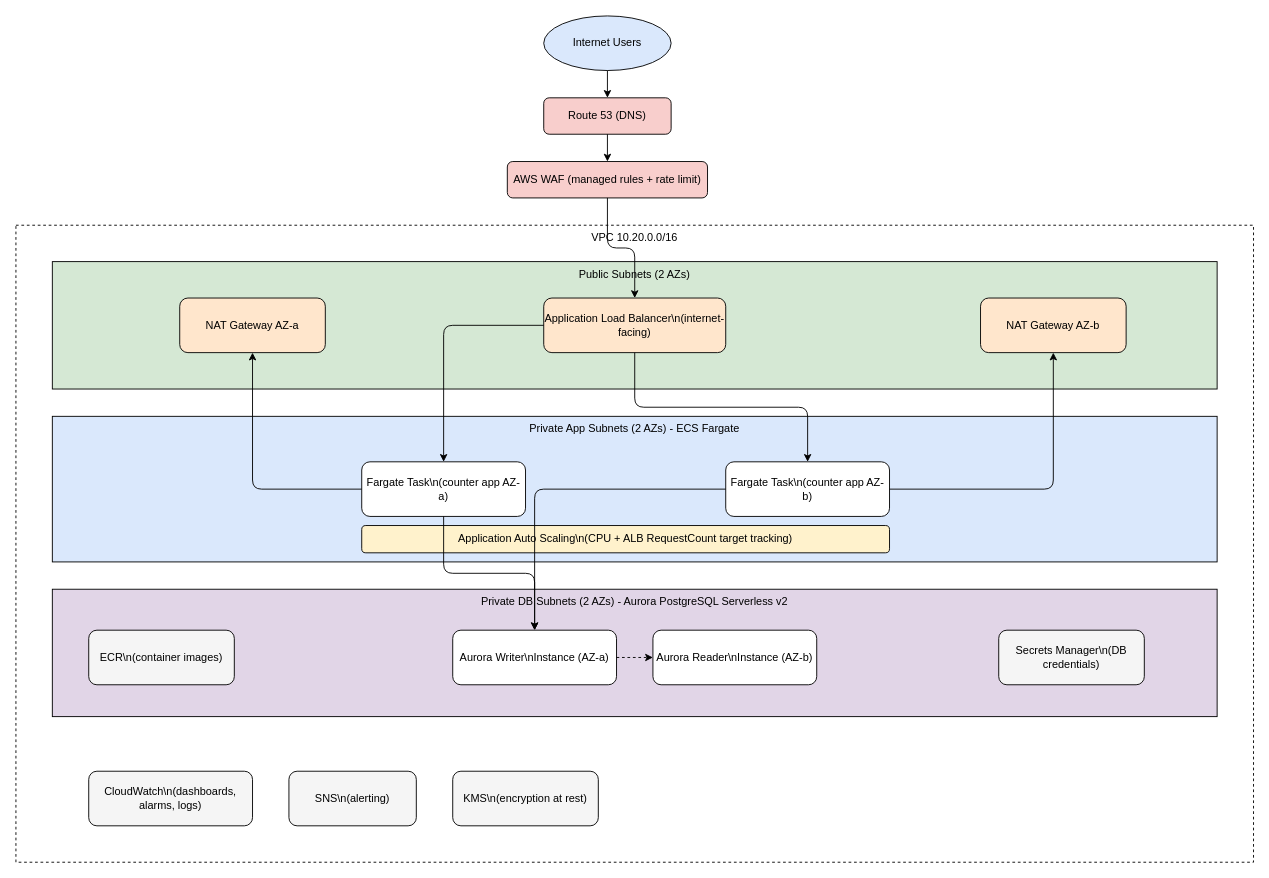
Before: docs/diagram.drawio in Priyankgulhane27/BluePeak, a draw.io diagram. Source tidied: cells renumbered, new cells numbered last; positions are measured from the earlier drawing's top-left corner, leaving out a move shared by most shapes. Both pictures are drawn from the tidied source at 91%, with x=0, y=0 at pixel (15, 15).
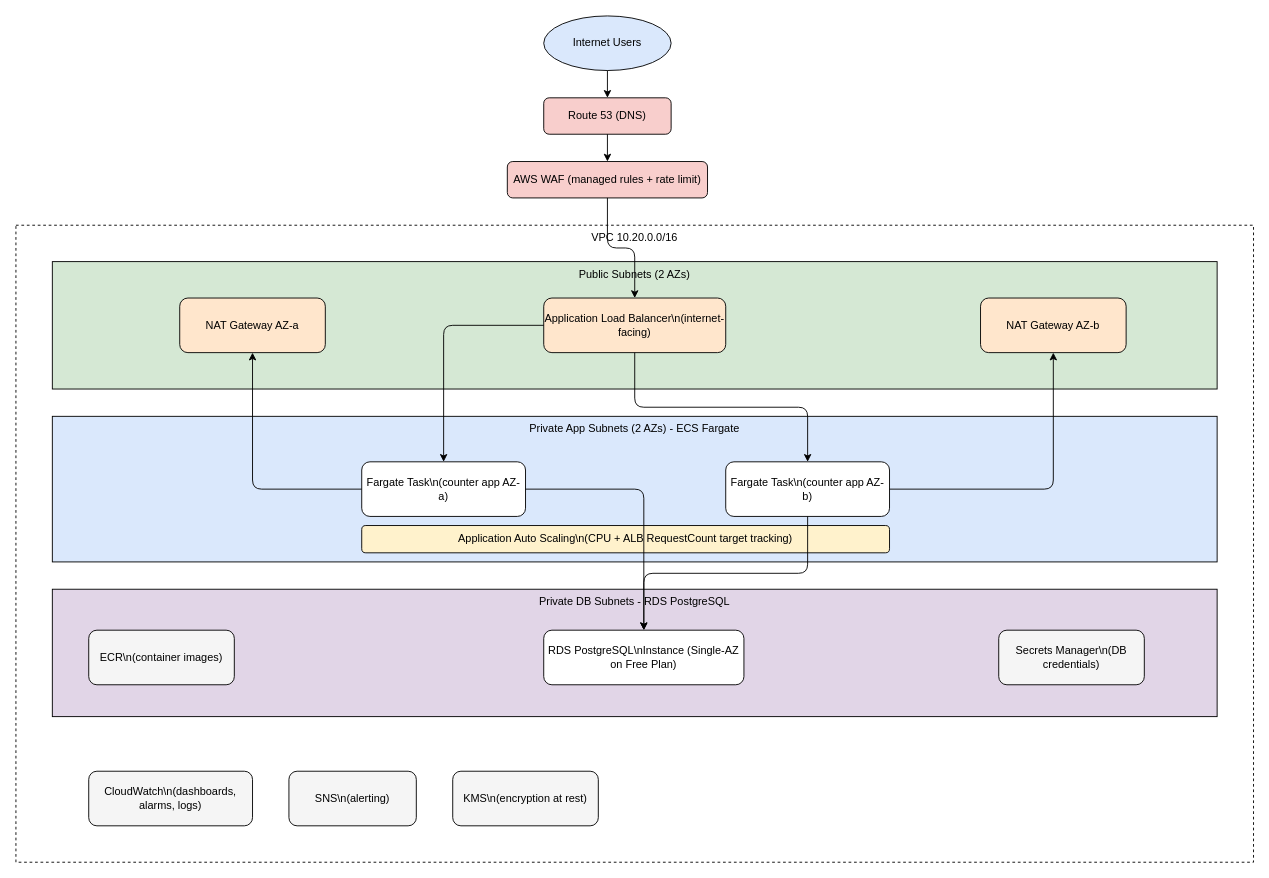
The same diagram, later.

Diff of the diagram source:
```diff
@@
-    <mxCell id="14" value="Private DB Subnets (2 AZs) - Aurora PostgreSQL Serverless v2" style="rounded=0;whiteSpace=wrap;html=1;verticalAlign=top;fillColor=#e1d5e7;" parent="1" vertex="1">
+    <mxCell id="14" value="Private DB Subnets - RDS PostgreSQL" style="rounded=0;whiteSpace=wrap;html=1;verticalAlign=top;fillColor=#e1d5e7;" parent="1" vertex="1">
       <mxGeometry x="40" y="630" width="1280" height="140" as="geometry" />
     </mxCell>
-    <mxCell id="15" value="Aurora Writer\nInstance (AZ-a)" style="rounded=1;whiteSpace=wrap;html=1;fillColor=#ffffff;" parent="1" vertex="1">
-      <mxGeometry x="480" y="675" width="180" height="60" as="geometry" />
+    <mxCell id="15" value="RDS PostgreSQL\nInstance (Single-AZ on Free Plan)" style="rounded=1;whiteSpace=wrap;html=1;fillColor=#ffffff;" parent="1" vertex="1">
+      <mxGeometry x="580" y="675" width="220" height="60" as="geometry" />
     </mxCell>
-    <mxCell id="16" value="Aurora Reader\nInstance (AZ-b)" style="rounded=1;whiteSpace=wrap;html=1;fillColor=#ffffff;" parent="1" vertex="1">
-      <mxGeometry x="700" y="675" width="180" height="60" as="geometry" />
-    </mxCell>
@@
-    <mxCell id="29" style="edgeStyle=orthogonalEdgeStyle;html=1;dashed=1;" parent="1" edge="1" source="15" target="16">
-      <mxGeometry relative="1" as="geometry" />
-    </mxCell>
```
